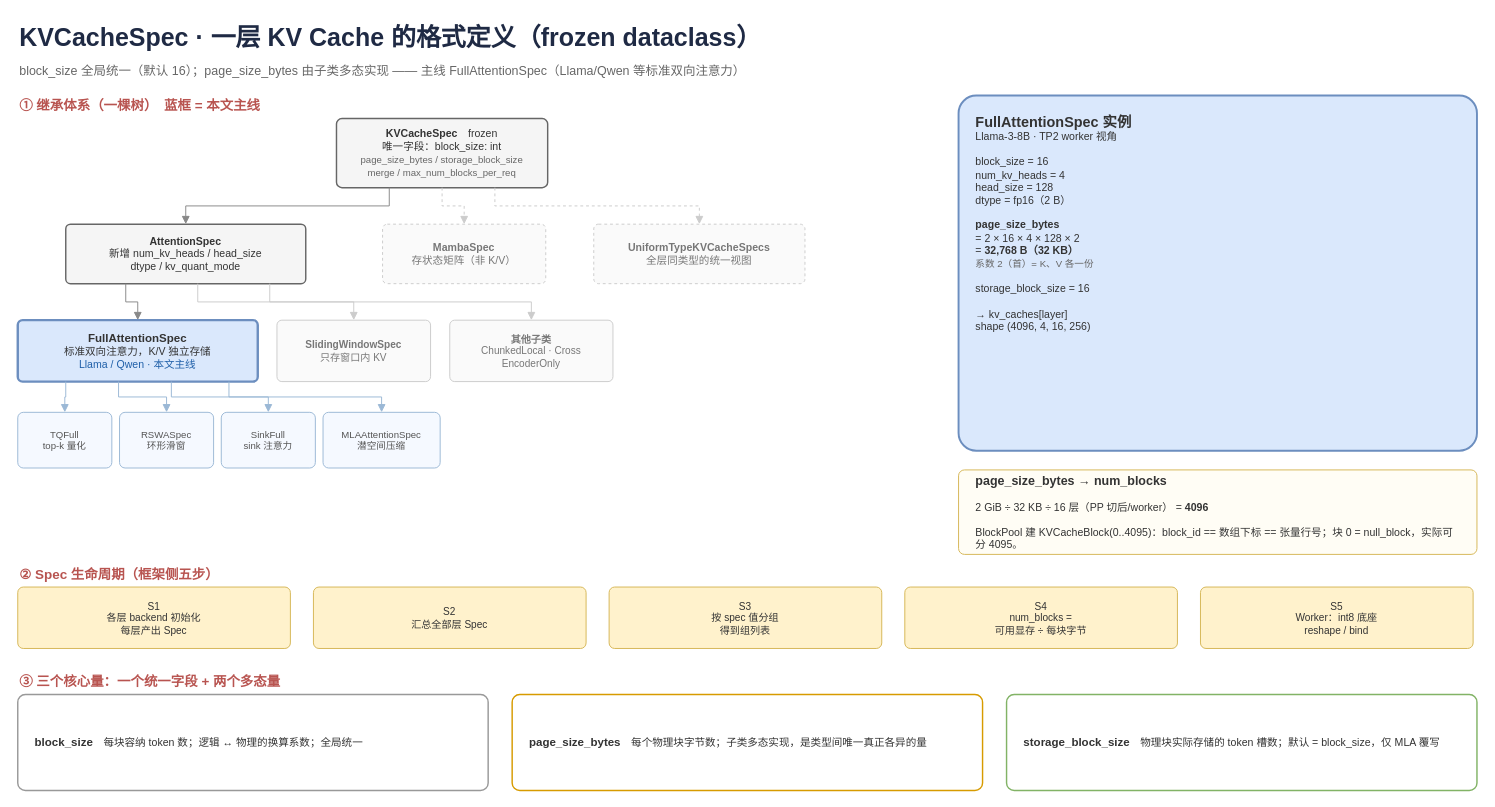
This is page "KVCacheSpec 格式体系" (5 of 15) of vllm/v1/core/kvcache_draw_ppt_v2/kvcache_type.drawio from GoCHug/vllm, a draw.io file, before an edit. Source tidied: cells renumbered, new cells numbered last; positions are measured from the earlier drawing's top-left corner, leaving out a move shared by most shapes. Both pictures are drawn from the tidied source at 96%, with x=0, y=0 at pixel (17, 16).
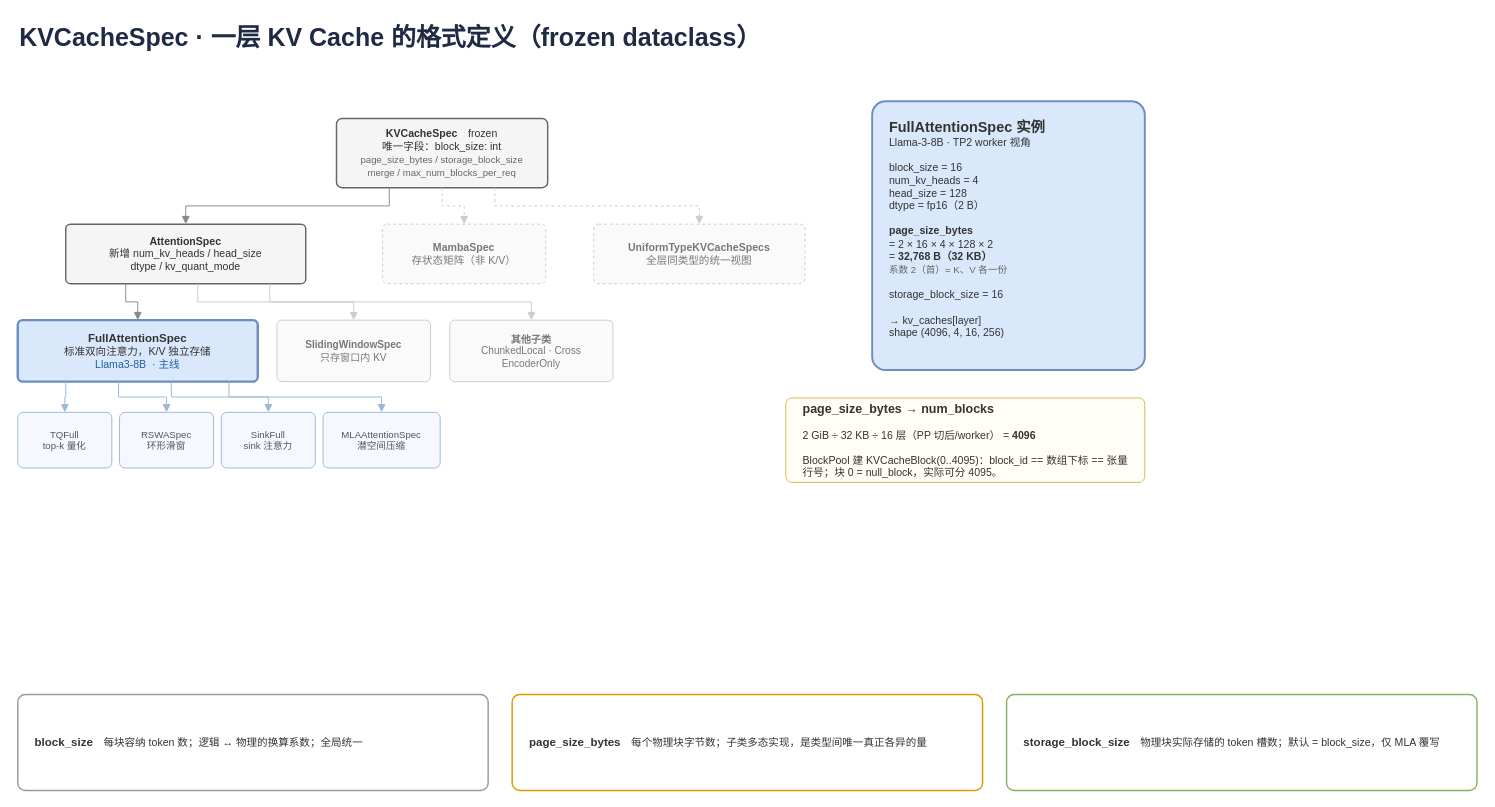
After the change.

What changed in the source:
```diff
@@
     <mxCell id="2" value="KVCacheSpec · 一层 KV Cache 的格式定义（frozen dataclass）" style="text;html=1;whiteSpace=wrap;fontSize=26;fontColor=#1F2A44;align=left;fontStyle=1;" parent="1" vertex="1">
-      <mxGeometry width="1520" height="40" as="geometry" />
+      <mxGeometry width="1140" height="40" as="geometry" />
     </mxCell>
-    <mxCell id="3" value="block_size 全局统一（默认 16）；page_size_bytes 由子类多态实现 —— 主线 FullAttentionSpec（Llama/Qwen 等标准双向注意力）" style="text;html=1;whiteSpace=wrap;fontSize=13;fontColor=#666666;align=left;" parent="1" vertex="1">
-      <mxGeometry y="42" width="1520" height="24" as="geometry" />
-    </mxCell>
-    <mxCell id="4" value="① 继承体系（一棵树）　蓝框 = 本文主线" style="text;html=1;whiteSpace=wrap;fontSize=14;fontColor=#B85450;align=left;fontStyle=1;" parent="1" vertex="1">
-      <mxGeometry y="78" width="940" height="22" as="geometry" />
-    </mxCell>
@@
-    <mxCell id="12" value="&lt;b style=&quot;font-size:12px&quot;&gt;FullAttentionSpec&lt;/b&gt;&lt;br&gt;标准双向注意力，K/V 独立存储&lt;br&gt;&lt;font color=&quot;#1f5fa8&quot;&gt;Llama / Qwen · 本文主线&lt;/font&gt;" style="rounded=1;arcSize=8;whiteSpace=wrap;html=1;fontSize=11;fontColor=#333333;fillColor=#dae8fc;strokeColor=#6c8ebf;strokeWidth=2.5;" parent="1" vertex="1">
+    <mxCell id="12" value="&lt;b style=&quot;font-size:12px&quot;&gt;FullAttentionSpec&lt;/b&gt;&lt;br&gt;标准双向注意力，K/V 独立存储&lt;br&gt;&lt;font color=&quot;#1f5fa8&quot;&gt;Llama3-8B&amp;nbsp; · 主线&lt;/font&gt;" style="rounded=1;arcSize=8;whiteSpace=wrap;html=1;fontSize=11;fontColor=#333333;fillColor=#dae8fc;strokeColor=#6c8ebf;strokeWidth=2.5;" parent="1" vertex="1">
       <mxGeometry y="316" width="250" height="64" as="geometry" />
     </mxCell>
@@
     <mxCell id="26" value="&lt;b style=&quot;font-size:15px&quot;&gt;FullAttentionSpec 实例&lt;/b&gt;&lt;br&gt;Llama-3-8B · TP2 worker 视角&lt;br&gt;&lt;br&gt;block_size = 16&lt;br&gt;num_kv_heads = 4&lt;br&gt;head_size = 128&lt;br&gt;dtype = fp16（2 B）&lt;br&gt;&lt;br&gt;&lt;b&gt;page_size_bytes&lt;/b&gt;&lt;br&gt;= 2 × 16 × 4 × 128 × 2&lt;br&gt;= &lt;b&gt;32,768 B（32 KB）&lt;/b&gt;&lt;br&gt;&lt;font size=&quot;1&quot; color=&quot;#666&quot;&gt;系数 2（首）= K、V 各一份&lt;/font&gt;&lt;br&gt;&lt;br&gt;storage_block_size = 16&lt;br&gt;&lt;br&gt;→ kv_caches[layer]&lt;br&gt;shape (4096, 4, 16, 256)" style="rounded=1;arcSize=5;whiteSpace=wrap;html=1;align=left;verticalAlign=top;spacingLeft=16;spacingRight=12;spacingTop=12;fontSize=11;fontColor=#333333;fillColor=#dae8fc;strokeColor=#6c8ebf;strokeWidth=2;" parent="1" vertex="1">
-      <mxGeometry x="980" y="82" width="540" height="370" as="geometry" />
+      <mxGeometry x="890" y="88" width="284" height="280" as="geometry" />
     </mxCell>
     <mxCell id="27" value="&lt;b style=&quot;font-size:13px&quot;&gt;page_size_bytes → num_blocks&lt;/b&gt;&lt;br&gt;&lt;br&gt;2 GiB ÷ 32 KB ÷ 16 层（PP 切后/worker） = &lt;b&gt;4096&lt;/b&gt;&lt;br&gt;&lt;br&gt;BlockPool 建 KVCacheBlock(0..4095)：block_id == 数组下标 == 张量行号；块 0 = null_block，实际可分 4095。" style="rounded=1;arcSize=7;whiteSpace=wrap;html=1;align=left;verticalAlign=middle;spacingLeft=16;spacingRight=14;fontSize=11;fontColor=#333333;fillColor=#fffdf5;strokeColor=#d6b656;" parent="1" vertex="1">
-      <mxGeometry x="980" y="472" width="540" height="88" as="geometry" />
+      <mxGeometry x="800" y="397" width="374" height="88" as="geometry" />
     </mxCell>
-    <mxCell id="28" value="② Spec 生命周期（框架侧五步）" style="text;html=1;whiteSpace=wrap;fontSize=14;fontColor=#B85450;align=left;fontStyle=1;" parent="1" vertex="1">
-      <mxGeometry y="566" width="1520" height="22" as="geometry" />
-    </mxCell>
-    <mxCell id="29" value="S1&lt;br&gt;各层 backend 初始化&lt;br&gt;每层产出 Spec" style="rounded=1;arcSize=9;whiteSpace=wrap;html=1;fontSize=10.5;fontColor=#333333;fillColor=#fff2cc;strokeColor=#d6b656;" parent="1" vertex="1">
-      <mxGeometry y="594" width="284" height="64" as="geometry" />
-    </mxCell>
-    <mxCell id="30" value="S2&lt;br&gt;汇总全部层 Spec" style="rounded=1;arcSize=9;whiteSpace=wrap;html=1;fontSize=10.5;fontColor=#333333;fillColor=#fff2cc;strokeColor=#d6b656;" parent="1" vertex="1">
-      <mxGeometry x="308" y="594" width="284" height="64" as="geometry" />
-    </mxCell>
-    <mxCell id="31" value="S3&lt;br&gt;按 spec 值分组&lt;br&gt;得到组列表" style="rounded=1;arcSize=9;whiteSpace=wrap;html=1;fontSize=10.5;fontColor=#333333;fillColor=#fff2cc;strokeColor=#d6b656;" parent="1" vertex="1">
-      <mxGeometry x="616" y="594" width="284" height="64" as="geometry" />
-    </mxCell>
-    <mxCell id="32" value="S4&lt;br&gt;num_blocks =&lt;br&gt;可用显存 ÷ 每块字节" style="rounded=1;arcSize=9;whiteSpace=wrap;html=1;fontSize=10.5;fontColor=#333333;fillColor=#fff2cc;strokeColor=#d6b656;" parent="1" vertex="1">
-      <mxGeometry x="924" y="594" width="284" height="64" as="geometry" />
-    </mxCell>
-    <mxCell id="33" value="S5&lt;br&gt;Worker：int8 底座&lt;br&gt;reshape / bind" style="rounded=1;arcSize=9;whiteSpace=wrap;html=1;fontSize=10.5;fontColor=#333333;fillColor=#fff2cc;strokeColor=#d6b656;" parent="1" vertex="1">
-      <mxGeometry x="1232" y="594" width="284" height="64" as="geometry" />
-    </mxCell>
-    <mxCell id="34" value="③ 三个核心量：一个统一字段 + 两个多态量" style="text;html=1;whiteSpace=wrap;fontSize=14;fontColor=#B85450;align=left;fontStyle=1;" parent="1" vertex="1">
-      <mxGeometry y="678" width="1520" height="22" as="geometry" />
-    </mxCell>
```
